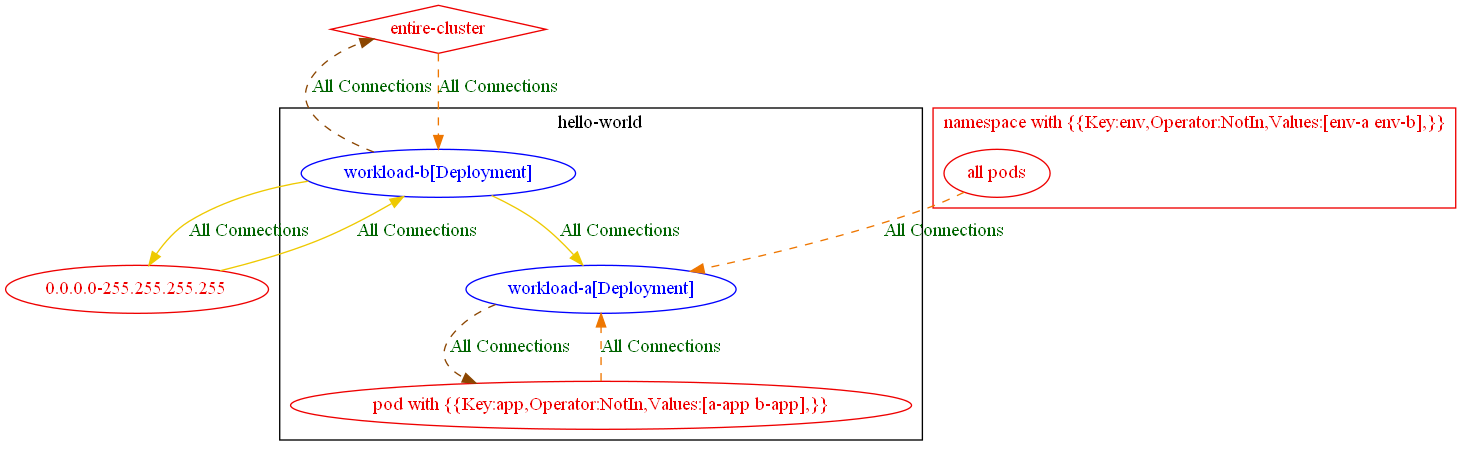
The Graphviz diagram test_outputs/connlist/exposure_test_exposure_with_match_expression_not_in_op_connlist_output.dot.png in np-guard/netpol-analyzer, before a commit. Its source is kept beside it as test_outputs/connlist/exposure_test_exposure_with_match_expression_not_in_op_connlist_output.dot.
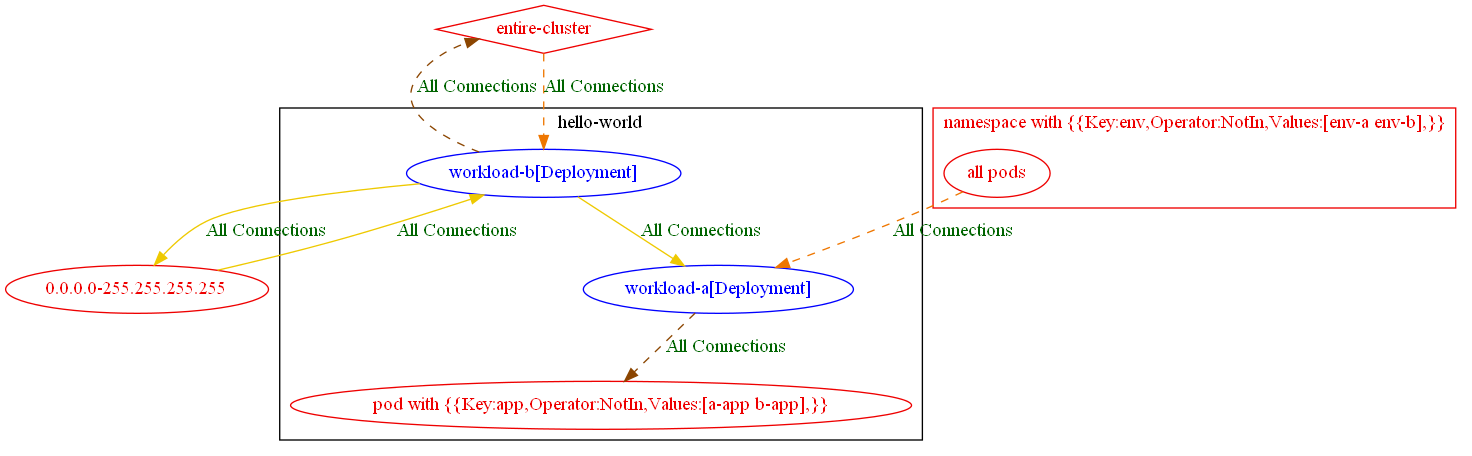
Above is the later version.

Diff of the diagram source:
```diff
@@ -22,5 +22,4 @@
 	"hello-world/workload-b[Deployment]" -> "0.0.0.0-255.255.255.255" [label="All Connections" color="gold2" fontcolor="darkgreen" weight=1]
 	"hello-world/workload-b[Deployment]" -> "entire-cluster" [label="All Connections" color="darkorange4" fontcolor="darkgreen" weight=0.5 style=dashed]
 	"hello-world/workload-b[Deployment]" -> "hello-world/workload-a[Deployment]" [label="All Connections" color="gold2" fontcolor="darkgreen" weight=1]
-	"pod with {{Key:app,Operator:NotIn,Values:[a-app b-app],}}_in_hello-world" -> "hello-world/workload-a[Deployment]" [label="All Connections" color="darkorange2" fontcolor="darkgreen" weight=1 style=dashed]
 }
```
